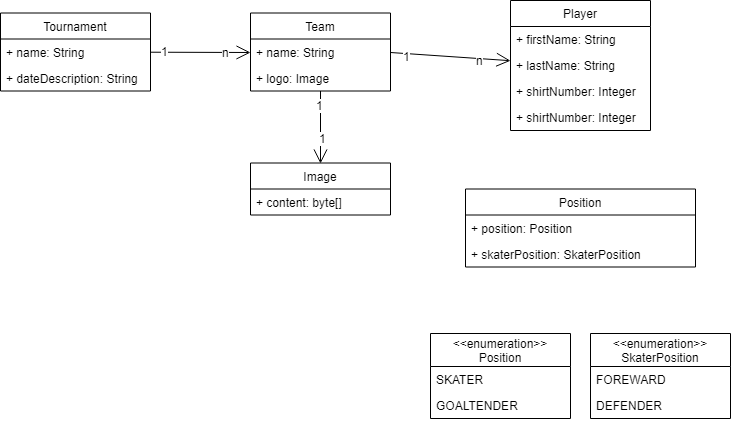
Above: documentation/ysg-manager_class-diagram.png in lukas99/ysg-manager (draw.io), before the change. Source tidied: cells renumbered, new cells last; positions are measured from the earlier drawing's top-left corner, leaving out a move shared by most shapes.
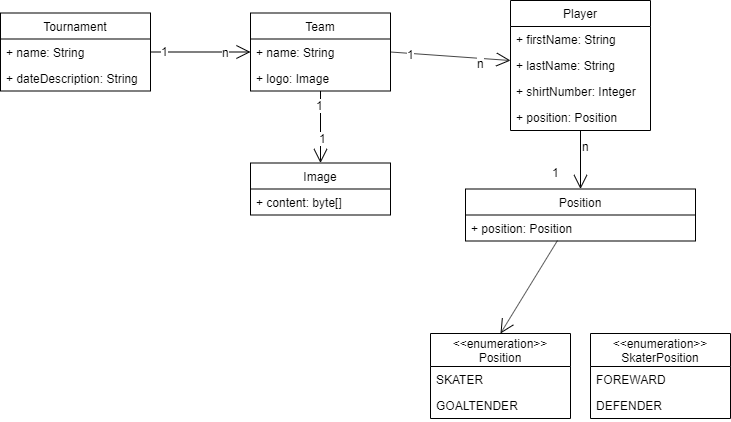
The same diagram one commit later.

Commit message:
added position relation

The edit, as a diff of the source:
```diff
@@ -32,9 +32,9 @@
     <mxCell id="11" value="+ shirtNumber: Integer" style="text;strokeColor=none;fillColor=none;align=left;verticalAlign=top;spacingLeft=4;spacingRight=4;overflow=hidden;" parent="8" vertex="1">
       <mxGeometry y="78" width="140" height="26" as="geometry" />
     </mxCell>
-    <mxCell id="12" value="+ shirtNumber: Integer" style="text;strokeColor=none;fillColor=none;align=left;verticalAlign=top;spacingLeft=4;spacingRight=4;overflow=hidden;" parent="8" vertex="1">
-      <mxGeometry y="104" width="140" height="26" as="geometry" />
-    </mxCell>
+    <mxCell id="33" value="+ position: Position" style="text;strokeColor=none;fillColor=none;align=left;verticalAlign=top;spacingLeft=4;spacingRight=4;overflow=hidden;points=[[0,0.5],[1,0.5]];portConstraint=eastwest;" parent="8" vertex="1">
+      <mxGeometry y="104" width="140" height="26" as="geometry" />
+    </mxCell>
     <mxCell id="13" value="Image" style="swimlane;fontStyle=0;horizontal=1;startSize=26;fillColor=none;" parent="1" vertex="1">
       <mxGeometry x="250" y="162.5" width="140" height="52" as="geometry" />
     </mxCell>
@@ -54,10 +54,14 @@
       <mxGeometry relative="1" as="geometry" />
     </mxCell>
     <mxCell id="19" value="1" style="text;html=1;align=center;verticalAlign=middle;labelBackgroundColor=#ffffff;" parent="18" vertex="1">
-      <mxGeometry x="-0.74" y="-2" relative="1" as="geometry" />
+      <mxGeometry x="-0.74" y="-2" relative="1" as="geometry">
+        <mxPoint x="4" y="-1.5" as="offset" />
+      </mxGeometry>
     </mxCell>
     <mxCell id="20" value="n" style="text;html=1;align=center;verticalAlign=middle;labelBackgroundColor=#ffffff;" parent="18" vertex="1">
-      <mxGeometry x="0.48" y="-1" relative="1" as="geometry" />
+      <mxGeometry x="0.48" y="-1" relative="1" as="geometry">
+        <mxPoint x="1.5" y="4" as="offset" />
+      </mxGeometry>
     </mxCell>
     <mxCell id="21" style="endArrow=open;endFill=1;endSize=12;html=1;entryX=0.5;entryY=0;entryDx=0;entryDy=0;" parent="1" edge="1" source="5" target="13">
       <mxGeometry relative="1" as="geometry" />
@@ -89,13 +93,22 @@
       <mxGeometry y="59" width="140" height="26" as="geometry" />
     </mxCell>
     <mxCell id="30" value="Position" style="swimlane;fontStyle=0;horizontal=1;startSize=26;fillColor=none;" parent="1" vertex="1">
-      <mxGeometry x="465" y="188.5" width="230" height="78" as="geometry" />
+      <mxGeometry x="465" y="188.5" width="230" height="52" as="geometry" />
     </mxCell>
     <mxCell id="31" value="+ position: Position" style="text;strokeColor=none;fillColor=none;align=left;verticalAlign=top;spacingLeft=4;spacingRight=4;overflow=hidden;points=[[0,0.5],[1,0.5]];portConstraint=eastwest;" parent="30" vertex="1">
       <mxGeometry y="26" width="230" height="26" as="geometry" />
     </mxCell>
-    <mxCell id="32" value="+ skaterPosition: SkaterPosition" style="text;strokeColor=none;fillColor=none;align=left;verticalAlign=top;spacingLeft=4;spacingRight=4;overflow=hidden;" parent="30" vertex="1">
-      <mxGeometry y="52" width="230" height="26" as="geometry" />
-    </mxCell>
+    <mxCell id="34" style="endArrow=open;endFill=1;endSize=12;html=1;entryX=0.5;entryY=0;entryDx=0;entryDy=0;" parent="1" edge="1" source="33" target="30">
+      <mxGeometry relative="1" as="geometry" />
+    </mxCell>
+    <mxCell id="35" value="n" style="text;html=1;align=left;verticalAlign=top;spacingTop=-4;" parent="1" vertex="1">
+      <mxGeometry x="580" y="136.5" width="20" height="20" as="geometry" />
+    </mxCell>
+    <mxCell id="36" value="1" style="text;html=1;align=left;verticalAlign=top;spacingTop=-4;" parent="1" vertex="1">
+      <mxGeometry x="550" y="162.5" width="20" height="20" as="geometry" />
+    </mxCell>
+    <mxCell id="37" style="endArrow=open;endFill=1;endSize=12;html=1;exitX=0.4;exitY=0.981;exitDx=0;exitDy=0;exitPerimeter=0;entryX=0.5;entryY=0;entryDx=0;entryDy=0;" parent="1" edge="1" source="31" target="24">
+      <mxGeometry relative="1" as="geometry" />
+    </mxCell>
   </root>
 </mxGraphModel>
```
